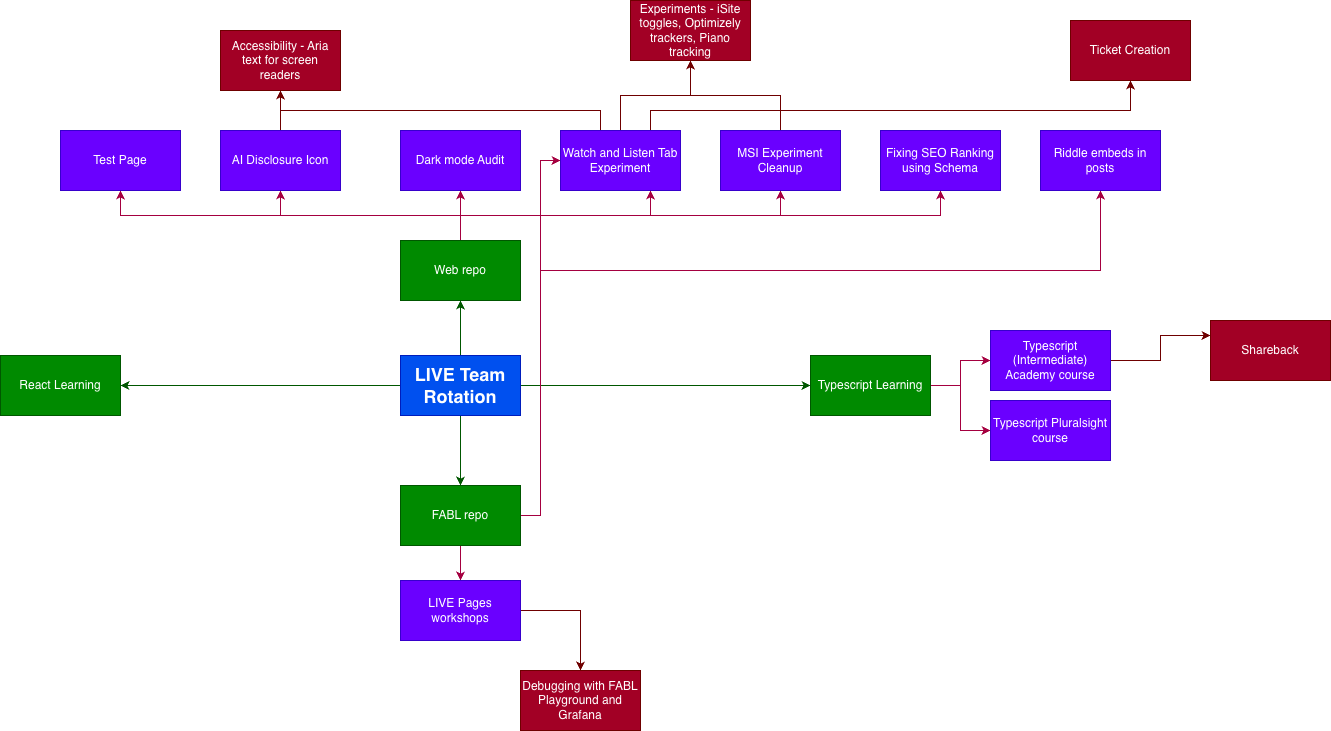
Above: LIVE Mindmap.drawio.png in HalimahH-BBC/Mindmap (draw.io), before the change. Source tidied: cells renumbered, new cells last; positions are measured from the earlier drawing's top-left corner, leaving out a move shared by most shapes.
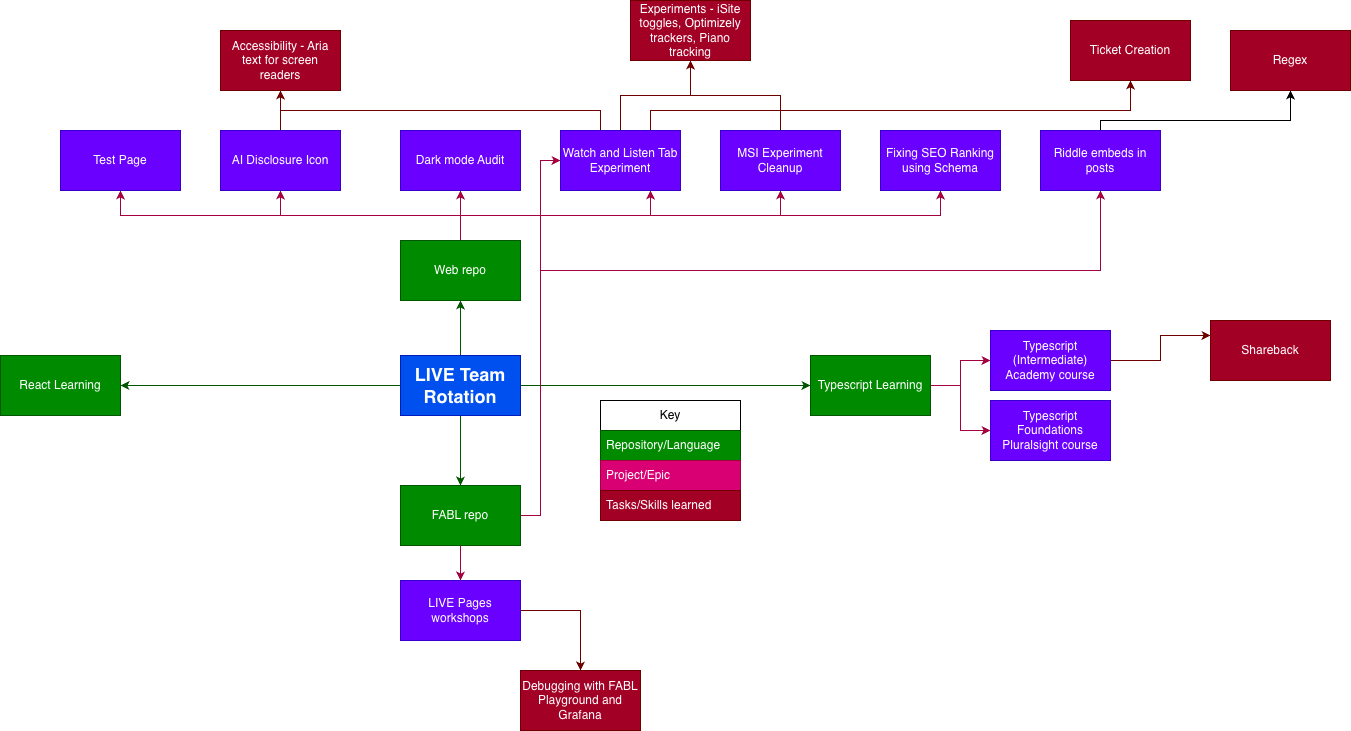
After the change.

Change to the diagram source:
```diff
@@ -142,14 +142,37 @@
     <mxCell id="40" value="Debugging with FABL Playground and Grafana" style="rounded=0;whiteSpace=wrap;html=1;fillColor=#a20025;strokeColor=#6F0000;fontColor=#ffffff;" parent="1" vertex="1">
       <mxGeometry x="520" y="670" width="120" height="60" as="geometry" />
     </mxCell>
+    <mxCell id="44" style="edgeStyle=orthogonalEdgeStyle;rounded=0;jettySize=auto;html=1;exitX=0.5;exitY=0;exitDx=0;exitDy=0;entryX=0.5;entryY=1;entryDx=0;entryDy=0;" parent="1" edge="1" source="41" target="45">
+      <mxGeometry relative="1" as="geometry">
+        <Array as="points">
+          <mxPoint x="1100" y="120" />
+          <mxPoint x="1290" y="120" />
+        </Array>
+      </mxGeometry>
+    </mxCell>
     <mxCell id="41" value="Riddle embeds in posts" style="rounded=0;whiteSpace=wrap;html=1;fillColor=#6a00ff;strokeColor=#3700CC;fontColor=#ffffff;" parent="1" vertex="1">
       <mxGeometry x="1040" y="130" width="120" height="60" as="geometry" />
     </mxCell>
-    <mxCell id="42" value="Typescript Pluralsight course" style="rounded=0;whiteSpace=wrap;html=1;fillColor=#6a00ff;strokeColor=#3700CC;fontColor=#ffffff;" parent="1" vertex="1">
+    <mxCell id="42" value="Typescript Foundations Pluralsight course" style="rounded=0;whiteSpace=wrap;html=1;fillColor=#6a00ff;strokeColor=#3700CC;fontColor=#ffffff;" parent="1" vertex="1">
       <mxGeometry x="990" y="400" width="120" height="60" as="geometry" />
     </mxCell>
     <mxCell id="43" value="Ticket Creation" style="rounded=0;whiteSpace=wrap;html=1;fillColor=#a20025;strokeColor=#6F0000;fontColor=#ffffff;" parent="1" vertex="1">
       <mxGeometry x="1070" y="20" width="120" height="60" as="geometry" />
     </mxCell>
+    <mxCell id="45" value="Regex" style="rounded=0;whiteSpace=wrap;html=1;fillColor=#a20025;fontColor=#ffffff;strokeColor=#6F0000;" parent="1" vertex="1">
+      <mxGeometry x="1230" y="30" width="120" height="60" as="geometry" />
+    </mxCell>
+    <mxCell id="46" value="Key" style="swimlane;fontStyle=0;horizontal=1;startSize=30;whiteSpace=wrap;html=1;" parent="1" vertex="1">
+      <mxGeometry x="600" y="400" width="140" height="120" as="geometry" />
+    </mxCell>
+    <mxCell id="47" value="Repository/Language" style="text;strokeColor=#005700;fillColor=#008a00;align=left;verticalAlign=middle;spacingLeft=4;spacingRight=4;overflow=hidden;whiteSpace=wrap;html=1;fontColor=#ffffff;" parent="46" vertex="1">
+      <mxGeometry y="30" width="140" height="30" as="geometry" />
+    </mxCell>
+    <mxCell id="48" value="Project/Epic" style="text;strokeColor=#A50040;fillColor=#d80073;align=left;verticalAlign=middle;spacingLeft=4;spacingRight=4;overflow=hidden;whiteSpace=wrap;html=1;fontColor=#ffffff;" parent="46" vertex="1">
+      <mxGeometry y="60" width="140" height="30" as="geometry" />
+    </mxCell>
+    <mxCell id="49" value="Tasks/Skills learned" style="text;strokeColor=#6F0000;fillColor=#a20025;align=left;verticalAlign=middle;spacingLeft=4;spacingRight=4;overflow=hidden;whiteSpace=wrap;html=1;fontColor=#ffffff;" parent="46" vertex="1">
+      <mxGeometry y="90" width="140" height="30" as="geometry" />
+    </mxCell>
   </root>
 </mxGraphModel>
```
